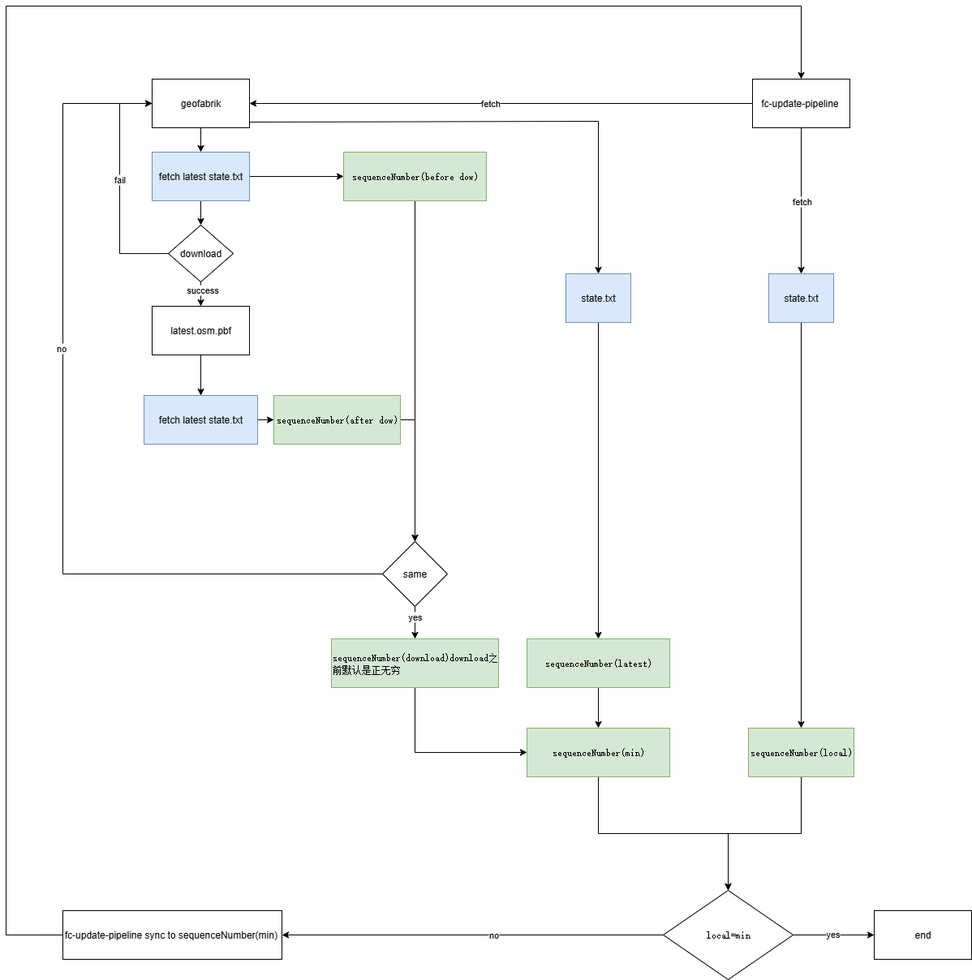
Before: fc update.drawio.png, a diagram exported from draw.io (472542625/drawio). Source tidied: cells renumbered, new cells last; positions are measured from the earlier drawing's top-left corner, leaving out a move shared by most shapes.
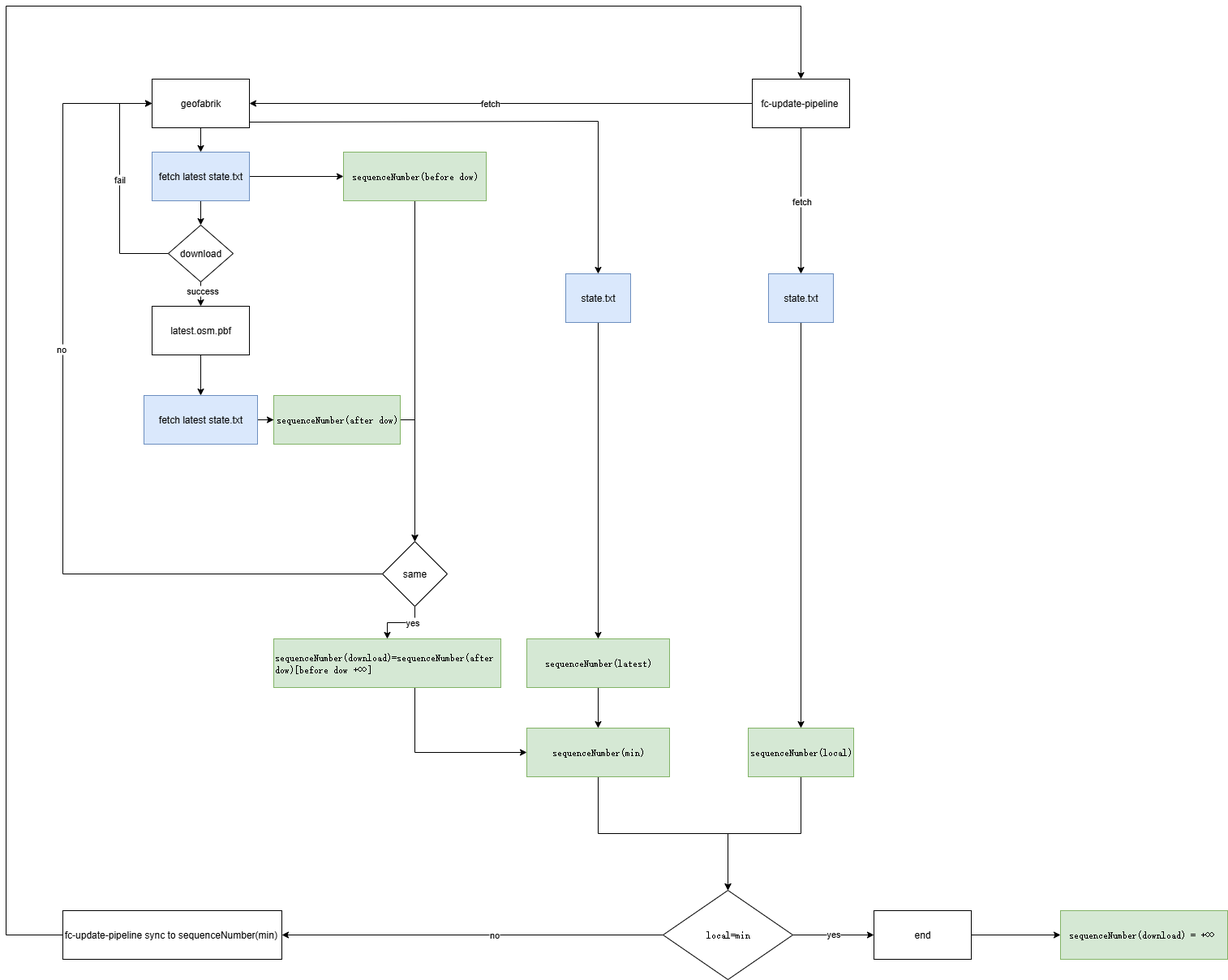
After the change.

What changed in the source:
```diff
@@ -87,6 +87,9 @@
         <mxPoint y="1" as="offset" />
       </mxGeometry>
     </mxCell>
+    <mxCell id="51" style="edgeStyle=orthogonalEdgeStyle;rounded=0;jettySize=auto;html=1;entryX=0;entryY=0.5;entryDx=0;entryDy=0;" parent="1" edge="1" source="26" target="52">
+      <mxGeometry relative="1" as="geometry" />
+    </mxCell>
     <mxCell id="26" value="end" style="rounded=0;whiteSpace=wrap;html=1;" parent="1" vertex="1">
       <mxGeometry x="1070" y="1115" width="120" height="60" as="geometry" />
     </mxCell>
@@ -146,8 +149,8 @@
         </Array>
       </mxGeometry>
     </mxCell>
-    <mxCell id="40" value="&lt;pre style=&quot;text-align: start; overflow-wrap: break-word; text-wrap-mode: wrap;&quot;&gt;sequenceNumber(download)download之前默认是正无穷&lt;/pre&gt;" style="rounded=0;whiteSpace=wrap;html=1;fillColor=#d5e8d4;strokeColor=#82b366;" parent="1" vertex="1">
-      <mxGeometry x="401" y="780" width="206" height="60" as="geometry" />
+    <mxCell id="40" value="&lt;pre style=&quot;text-align: start; overflow-wrap: break-word; text-wrap-mode: wrap;&quot;&gt;sequenceNumber(download)=sequenceNumber(after dow)[before dow +∞]&lt;/pre&gt;" style="rounded=0;whiteSpace=wrap;html=1;fillColor=#d5e8d4;strokeColor=#82b366;" parent="1" vertex="1">
+      <mxGeometry x="330" y="780" width="280" height="60" as="geometry" />
     </mxCell>
     <mxCell id="41" style="edgeStyle=orthogonalEdgeStyle;rounded=0;jettySize=auto;html=1;" parent="1" edge="1" source="42" target="47">
       <mxGeometry relative="1" as="geometry" />
@@ -184,5 +187,8 @@
     <mxCell id="50" value="&lt;pre style=&quot;text-align: start; overflow-wrap: break-word; text-wrap-mode: wrap;&quot;&gt;local=min&lt;/pre&gt;" style="rhombus;whiteSpace=wrap;html=1;" parent="1" vertex="1">
       <mxGeometry x="810" y="1090" width="160" height="110" as="geometry" />
     </mxCell>
+    <mxCell id="52" value="&lt;pre style=&quot;text-align: start; overflow-wrap: break-word; text-wrap-mode: wrap;&quot;&gt;sequenceNumber(download) = +∞ &lt;/pre&gt;" style="rounded=0;whiteSpace=wrap;html=1;fillColor=#d5e8d4;strokeColor=#82b366;" parent="1" vertex="1">
+      <mxGeometry x="1300" y="1115" width="206" height="60" as="geometry" />
+    </mxCell>
   </root>
 </mxGraphModel>
```
